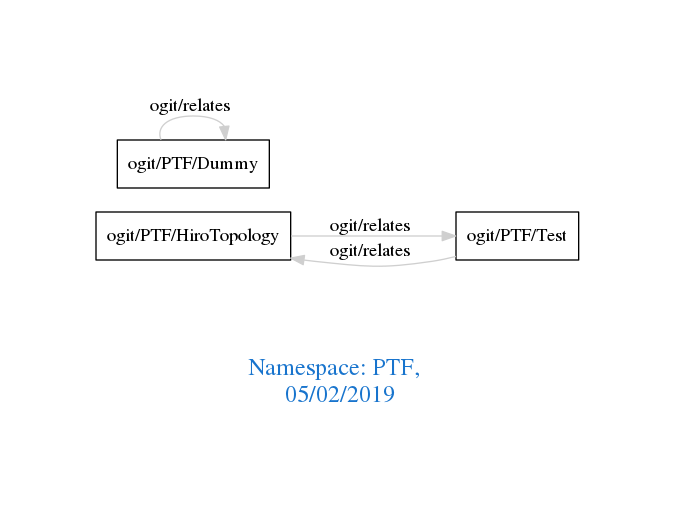
Earlier version of the Graphviz export downloads/PTF.png (arago/OGIT). Its source is kept beside it as downloads/PTF.dot.
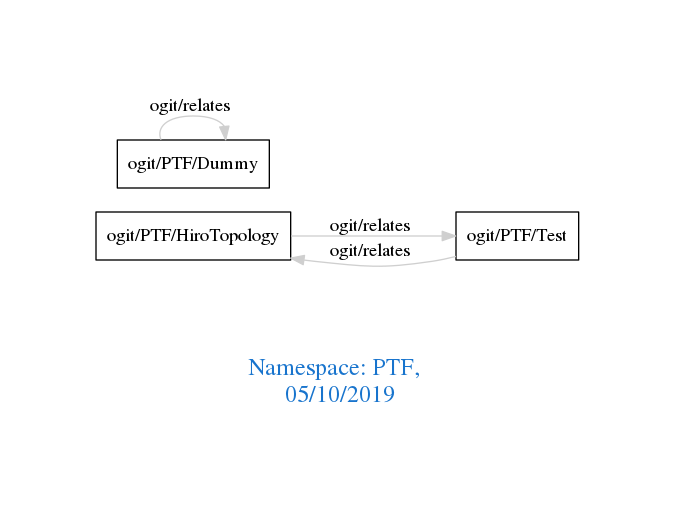
The same file after the commit.

The edit, as a diff of the source:
```diff
@@ -1,7 +1,7 @@
 digraph OGIT_ontology {
  graph [ rankdir= LR,pad=1
 fontsize = 18,
-fontcolor= dodgerblue3,label = "\n\n\nNamespace: PTF, \n 05/02/2019"];
+fontcolor= dodgerblue3,label = "\n\n\nNamespace: PTF, \n 05/10/2019"];
 node[shape=polygon];
 edge [  color="gray81"];
 
```
